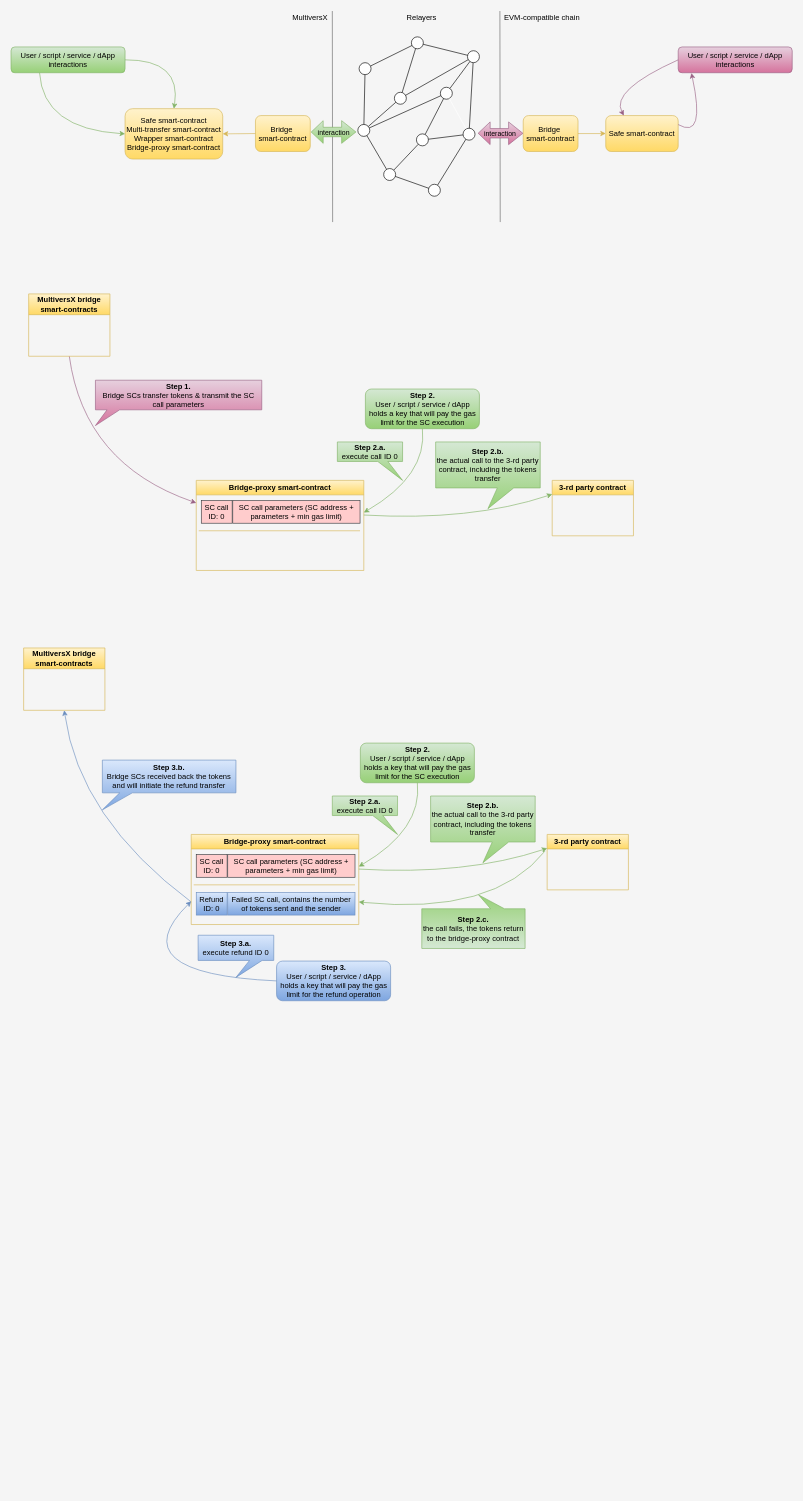
Above: static/xbridge/xbridge-light.drawio in multiversx/mx-docs (draw.io), before the change. Source tidied: cells renumbered, new cells numbered last; positions are measured from the earlier drawing's top-left corner, leaving out a move shared by most shapes. Both pictures are drawn from the tidied source at 63%, with x=0, y=0 at pixel (11, 11).
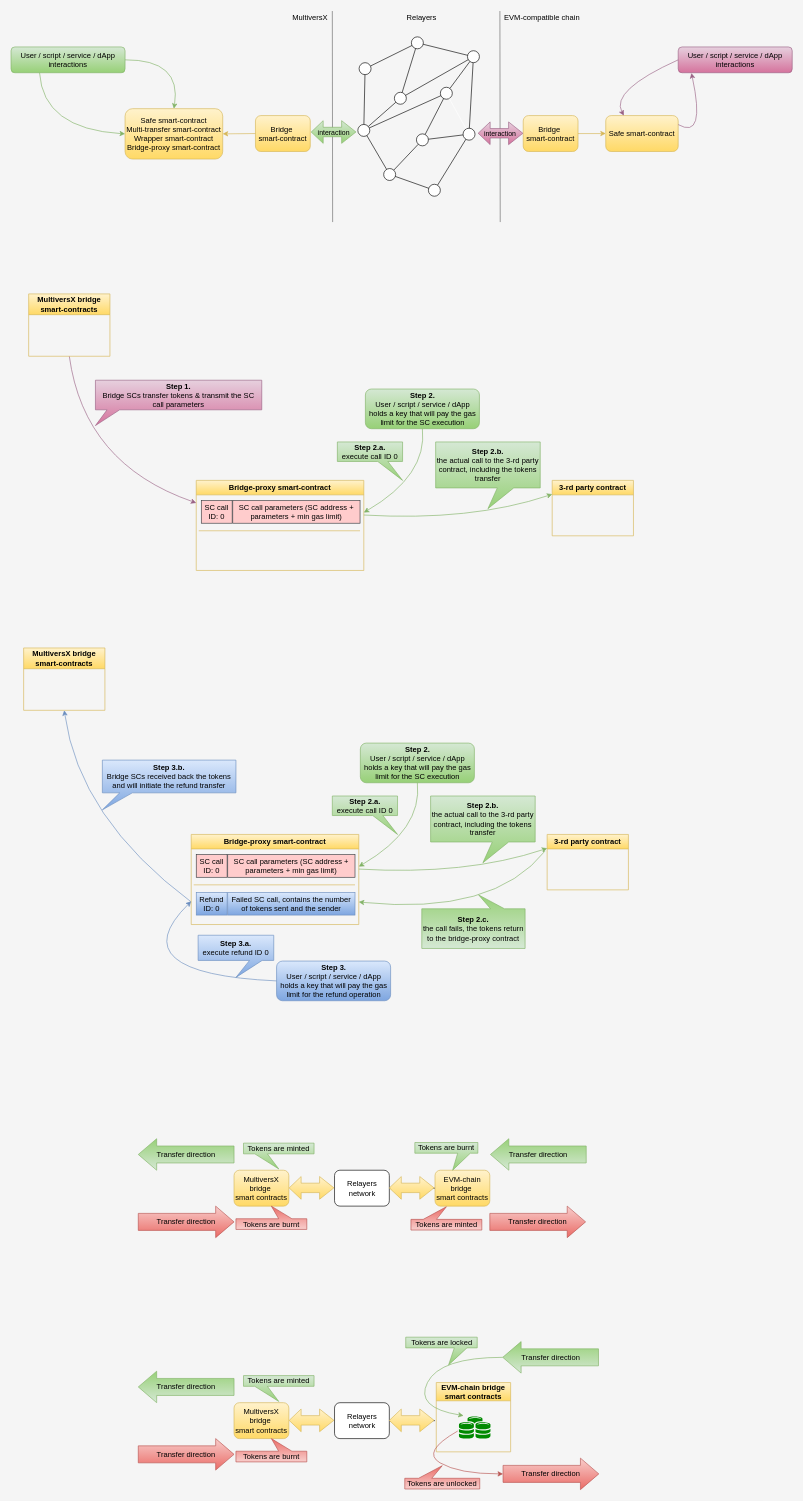
After the change.

The edit, as a diff of the source:
```diff
@@
+    <mxCell id="82" value="&lt;div&gt;MultiversX&lt;/div&gt;bridge&amp;nbsp;&lt;div&gt;smart contracts&lt;/div&gt;" style="rounded=1;whiteSpace=wrap;html=1;fillColor=#fff2cc;strokeColor=#d6b656;gradientColor=#ffd966;" parent="1" vertex="1">
+      <mxGeometry x="354" y="1840" width="87" height="57" as="geometry" />
+    </mxCell>
+    <mxCell id="83" style="edgeStyle=orthogonalEdgeStyle;rounded=0;jettySize=auto;html=1;" parent="1" edge="1" source="84" target="85">
+      <mxGeometry relative="1" as="geometry" />
+    </mxCell>
+    <mxCell id="84" value="&lt;div&gt;EVM-chain&lt;/div&gt;bridge&amp;nbsp;&lt;div&gt;smart contracts&lt;/div&gt;" style="rounded=1;whiteSpace=wrap;html=1;fillColor=#fff2cc;strokeColor=#d6b656;gradientColor=#ffd966;" parent="1" vertex="1">
+      <mxGeometry x="673" y="1840" width="87" height="57" as="geometry" />
+    </mxCell>
+    <mxCell id="85" value="Relayers network" style="rounded=1;whiteSpace=wrap;html=1;" parent="1" vertex="1">
+      <mxGeometry x="513.5" y="1840" width="87" height="57" as="geometry" />
+    </mxCell>
+    <mxCell id="86" style="shape=flexArrow;endArrow=classic;html=1;rounded=0;startArrow=block;fillColor=#fff2cc;strokeColor=#d6b656;width=15.000000000000002;endSize=7.242857142857144;gradientColor=#ffd966;" parent="1" edge="1">
+      <mxGeometry relative="1" as="geometry">
+        <mxPoint x="441" y="1868.1" as="sourcePoint" />
+        <mxPoint x="513" y="1868" as="targetPoint" />
+      </mxGeometry>
+    </mxCell>
+    <mxCell id="87" style="shape=flexArrow;endArrow=classic;html=1;rounded=0;startArrow=block;width=15.000000000000002;endSize=7.242857142857144;fillColor=#fff2cc;strokeColor=#d6b656;gradientColor=#ffd966;" parent="1" edge="1">
+      <mxGeometry relative="1" as="geometry">
+        <mxPoint x="600" y="1868.1" as="sourcePoint" />
+        <mxPoint x="672" y="1868" as="targetPoint" />
+      </mxGeometry>
+    </mxCell>
+    <mxCell id="88" value="Transfer direction" style="shape=singleArrow;direction=west;whiteSpace=wrap;html=1;arrowWidth=0.5395833333333371;arrowSize=0.19189907038512738;fillColor=#d5e8d4;gradientColor=#97d077;strokeColor=#82b366;" parent="1" vertex="1">
+      <mxGeometry x="761" y="1790" width="152" height="50" as="geometry" />
+    </mxCell>
+    <mxCell id="89" value="Transfer direction" style="shape=singleArrow;direction=west;whiteSpace=wrap;html=1;arrowWidth=0.5395833333333371;arrowSize=0.19189907038512738;fillColor=#d5e8d4;gradientColor=#97d077;strokeColor=#82b366;" parent="1" vertex="1">
+      <mxGeometry x="202" y="1790" width="152" height="50" as="geometry" />
+    </mxCell>
+    <mxCell id="90" value="&lt;div style=&quot;forced-color-adjust: none; color: rgb(0, 0, 0); font-family: Helvetica; font-size: 12px; font-style: normal; font-variant-ligatures: normal; font-variant-caps: normal; letter-spacing: normal; orphans: 2; text-align: center; text-indent: 0px; text-transform: none; widows: 2; word-spacing: 0px; -webkit-text-stroke-width: 0px; white-space: normal; text-decoration-thickness: initial; text-decoration-style: initial; text-decoration-color: initial;&quot;&gt;Tokens are burnt&lt;/div&gt;" style="shape=callout;whiteSpace=wrap;html=1;perimeter=calloutPerimeter;fillColor=#d5e8d4;gradientColor=#97d077;strokeColor=#82b366;labelBackgroundColor=none;size=27;position=0.68;position2=0.6;" parent="1" vertex="1">
+      <mxGeometry x="641" y="1796" width="100" height="44" as="geometry" />
+    </mxCell>
+    <mxCell id="91" value="&lt;div style=&quot;forced-color-adjust: none; color: rgb(0, 0, 0); font-family: Helvetica; font-size: 12px; font-style: normal; font-variant-ligatures: normal; font-variant-caps: normal; letter-spacing: normal; orphans: 2; text-align: center; text-indent: 0px; text-transform: none; widows: 2; word-spacing: 0px; -webkit-text-stroke-width: 0px; white-space: normal; text-decoration-thickness: initial; text-decoration-style: initial; text-decoration-color: initial;&quot;&gt;Tokens are minted&lt;/div&gt;" style="shape=callout;whiteSpace=wrap;html=1;perimeter=calloutPerimeter;fillColor=#d5e8d4;gradientColor=#97d077;strokeColor=#82b366;labelBackgroundColor=none;size=24;position=0.16;" parent="1" vertex="1">
+      <mxGeometry x="369" y="1797" width="112" height="41" as="geometry" />
+    </mxCell>
+    <mxCell id="92" value="Transfer direction" style="shape=singleArrow;direction=east;whiteSpace=wrap;html=1;arrowWidth=0.5395833333333371;arrowSize=0.19189907038512738;fillColor=#f8cecc;gradientColor=#ea6b66;strokeColor=#b85450;" parent="1" vertex="1">
+      <mxGeometry x="202" y="1897" width="152" height="50" as="geometry" />
+    </mxCell>
+    <mxCell id="93" value="Transfer direction" style="shape=singleArrow;direction=east;whiteSpace=wrap;html=1;arrowWidth=0.5395833333333371;arrowSize=0.19189907038512738;fillColor=#f8cecc;gradientColor=#ea6b66;strokeColor=#b85450;" parent="1" vertex="1">
+      <mxGeometry x="760" y="1897" width="152" height="50" as="geometry" />
+    </mxCell>
+    <mxCell id="94" value="&lt;div style=&quot;forced-color-adjust: none; color: rgb(0, 0, 0); font-family: Helvetica; font-size: 12px; font-style: normal; font-variant-ligatures: normal; font-variant-caps: normal; letter-spacing: normal; orphans: 2; text-align: center; text-indent: 0px; text-transform: none; widows: 2; word-spacing: 0px; -webkit-text-stroke-width: 0px; white-space: normal; text-decoration-thickness: initial; text-decoration-style: initial; text-decoration-color: initial;&quot;&gt;Tokens are minted&lt;/div&gt;" style="shape=callout;whiteSpace=wrap;html=1;perimeter=calloutPerimeter;fillColor=#f8cecc;gradientColor=#ea6b66;strokeColor=#b85450;labelBackgroundColor=none;size=20;position=0.64;direction=west;base=21;" parent="1" vertex="1">
+      <mxGeometry x="634.8" y="1898" width="112.5" height="37" as="geometry" />
+    </mxCell>
+    <mxCell id="95" value="&lt;div style=&quot;forced-color-adjust: none; color: rgb(0, 0, 0); font-family: Helvetica; font-size: 12px; font-style: normal; font-variant-ligatures: normal; font-variant-caps: normal; letter-spacing: normal; orphans: 2; text-align: center; text-indent: 0px; text-transform: none; widows: 2; word-spacing: 0px; -webkit-text-stroke-width: 0px; white-space: normal; text-decoration-thickness: initial; text-decoration-style: initial; text-decoration-color: initial;&quot;&gt;Tokens are burnt&lt;/div&gt;" style="shape=callout;whiteSpace=wrap;html=1;perimeter=calloutPerimeter;fillColor=#f8cecc;gradientColor=#ea6b66;strokeColor=#b85450;labelBackgroundColor=none;size=20;position=0.21;direction=west;base=21;" parent="1" vertex="1">
+      <mxGeometry x="357" y="1897" width="112.5" height="37" as="geometry" />
+    </mxCell>
+    <mxCell id="96" value="&lt;div&gt;MultiversX&lt;/div&gt;bridge&amp;nbsp;&lt;div&gt;smart contracts&lt;/div&gt;" style="rounded=1;whiteSpace=wrap;html=1;fillColor=#fff2cc;strokeColor=#d6b656;gradientColor=#ffd966;" parent="1" vertex="1">
+      <mxGeometry x="354" y="2209" width="87" height="57" as="geometry" />
+    </mxCell>
+    <mxCell id="97" style="edgeStyle=orthogonalEdgeStyle;rounded=0;jettySize=auto;html=1;" parent="1" edge="1" target="98">
+      <mxGeometry relative="1" as="geometry">
+        <mxPoint x="673" y="2237.5" as="sourcePoint" />
+      </mxGeometry>
+    </mxCell>
+    <mxCell id="98" value="Relayers network" style="rounded=1;whiteSpace=wrap;html=1;" parent="1" vertex="1">
+      <mxGeometry x="513.5" y="2209" width="87" height="57" as="geometry" />
+    </mxCell>
+    <mxCell id="99" style="shape=flexArrow;endArrow=classic;html=1;rounded=0;startArrow=block;fillColor=#fff2cc;strokeColor=#d6b656;width=15.000000000000002;endSize=7.242857142857144;gradientColor=#ffd966;" parent="1" edge="1">
+      <mxGeometry relative="1" as="geometry">
+        <mxPoint x="441" y="2237.1" as="sourcePoint" />
+        <mxPoint x="513" y="2237" as="targetPoint" />
+      </mxGeometry>
+    </mxCell>
+    <mxCell id="100" style="shape=flexArrow;endArrow=classic;html=1;rounded=0;startArrow=block;width=15.000000000000002;endSize=7.242857142857144;fillColor=#fff2cc;strokeColor=#d6b656;gradientColor=#ffd966;" parent="1" edge="1">
+      <mxGeometry relative="1" as="geometry">
+        <mxPoint x="600" y="2237.1" as="sourcePoint" />
+        <mxPoint x="672" y="2237" as="targetPoint" />
+      </mxGeometry>
+    </mxCell>
+    <mxCell id="101" value="Transfer direction" style="shape=singleArrow;direction=west;whiteSpace=wrap;html=1;arrowWidth=0.5395833333333371;arrowSize=0.19189907038512738;fillColor=#d5e8d4;gradientColor=#97d077;strokeColor=#82b366;" parent="1" vertex="1">
+      <mxGeometry x="780.5" y="2112" width="152" height="50" as="geometry" />
+    </mxCell>
+    <mxCell id="102" value="Transfer direction" style="shape=singleArrow;direction=west;whiteSpace=wrap;html=1;arrowWidth=0.5395833333333371;arrowSize=0.19189907038512738;fillColor=#d5e8d4;gradientColor=#97d077;strokeColor=#82b366;" parent="1" vertex="1">
+      <mxGeometry x="202" y="2159" width="152" height="50" as="geometry" />
+    </mxCell>
+    <mxCell id="103" value="&lt;div style=&quot;forced-color-adjust: none; color: rgb(0, 0, 0); font-family: Helvetica; font-size: 12px; font-style: normal; font-variant-ligatures: normal; font-variant-caps: normal; letter-spacing: normal; orphans: 2; text-align: center; text-indent: 0px; text-transform: none; widows: 2; word-spacing: 0px; -webkit-text-stroke-width: 0px; white-space: normal; text-decoration-thickness: initial; text-decoration-style: initial; text-decoration-color: initial;&quot;&gt;Tokens are locked&lt;/div&gt;" style="shape=callout;whiteSpace=wrap;html=1;perimeter=calloutPerimeter;fillColor=#d5e8d4;gradientColor=#97d077;strokeColor=#82b366;labelBackgroundColor=none;size=27;position=0.68;position2=0.6;" parent="1" vertex="1">
+      <mxGeometry x="626.5" y="2105" width="113.5" height="44" as="geometry" />
+    </mxCell>
+    <mxCell id="104" value="&lt;div style=&quot;forced-color-adjust: none; color: rgb(0, 0, 0); font-family: Helvetica; font-size: 12px; font-style: normal; font-variant-ligatures: normal; font-variant-caps: normal; letter-spacing: normal; orphans: 2; text-align: center; text-indent: 0px; text-transform: none; widows: 2; word-spacing: 0px; -webkit-text-stroke-width: 0px; white-space: normal; text-decoration-thickness: initial; text-decoration-style: initial; text-decoration-color: initial;&quot;&gt;Tokens are minted&lt;/div&gt;" style="shape=callout;whiteSpace=wrap;html=1;perimeter=calloutPerimeter;fillColor=#d5e8d4;gradientColor=#97d077;strokeColor=#82b366;labelBackgroundColor=none;size=24;position=0.16;" parent="1" vertex="1">
+      <mxGeometry x="369" y="2166" width="112" height="41" as="geometry" />
+    </mxCell>
+    <mxCell id="105" value="Transfer direction" style="shape=singleArrow;direction=east;whiteSpace=wrap;html=1;arrowWidth=0.5395833333333371;arrowSize=0.19189907038512738;fillColor=#f8cecc;gradientColor=#ea6b66;strokeColor=#b85450;" parent="1" vertex="1">
+      <mxGeometry x="202" y="2266" width="152" height="50" as="geometry" />
+    </mxCell>
+    <mxCell id="106" value="Transfer direction" style="shape=singleArrow;direction=east;whiteSpace=wrap;html=1;arrowWidth=0.5395833333333371;arrowSize=0.19189907038512738;fillColor=#f8cecc;gradientColor=#ea6b66;strokeColor=#b85450;" parent="1" vertex="1">
+      <mxGeometry x="781" y="2297" width="152" height="50" as="geometry" />
+    </mxCell>
+    <mxCell id="107" value="&lt;div style=&quot;forced-color-adjust: none; color: rgb(0, 0, 0); font-family: Helvetica; font-size: 12px; font-style: normal; font-variant-ligatures: normal; font-variant-caps: normal; letter-spacing: normal; orphans: 2; text-align: center; text-indent: 0px; text-transform: none; widows: 2; word-spacing: 0px; -webkit-text-stroke-width: 0px; white-space: normal; text-decoration-thickness: initial; text-decoration-style: initial; text-decoration-color: initial;&quot;&gt;Tokens are unlocked&lt;/div&gt;" style="shape=callout;whiteSpace=wrap;html=1;perimeter=calloutPerimeter;fillColor=#f8cecc;gradientColor=#ea6b66;strokeColor=#b85450;labelBackgroundColor=none;size=20;position=0.64;direction=west;base=21;" parent="1" vertex="1">
+      <mxGeometry x="625" y="2309" width="119" height="37" as="geometry" />
+    </mxCell>
+    <mxCell id="108" value="&lt;div style=&quot;forced-color-adjust: none; color: rgb(0, 0, 0); font-family: Helvetica; font-size: 12px; font-style: normal; font-variant-ligatures: normal; font-variant-caps: normal; letter-spacing: normal; orphans: 2; text-align: center; text-indent: 0px; text-transform: none; widows: 2; word-spacing: 0px; -webkit-text-stroke-width: 0px; white-space: normal; text-decoration-thickness: initial; text-decoration-style: initial; text-decoration-color: initial;&quot;&gt;Tokens are burnt&lt;/div&gt;" style="shape=callout;whiteSpace=wrap;html=1;perimeter=calloutPerimeter;fillColor=#f8cecc;gradientColor=#ea6b66;strokeColor=#b85450;labelBackgroundColor=none;size=20;position=0.21;direction=west;base=21;" parent="1" vertex="1">
+      <mxGeometry x="357" y="2266" width="112.5" height="37" as="geometry" />
+    </mxCell>
+    <mxCell id="109" value="EVM-chain bridge smart contracts" style="swimlane;whiteSpace=wrap;html=1;fillColor=#fff2cc;gradientColor=#ffd966;strokeColor=#d6b656;startSize=29;" parent="1" vertex="1">
+      <mxGeometry x="675" y="2177" width="118" height="110" as="geometry" />
+    </mxCell>
+    <mxCell id="110" style="verticalLabelPosition=bottom;sketch=0;html=1;fillColor=#008a00;strokeColor=#005700;verticalAlign=top;align=center;shape=mxgraph.cisco_safe.technology_icons.icon27;fontColor=#ffffff;" parent="109" vertex="1">
+      <mxGeometry x="36" y="54" width="50" height="35" as="geometry" />
+    </mxCell>
+    <mxCell id="111" style="curved=1;endArrow=classic;html=1;exitX=1;exitY=0.5;exitDx=0;exitDy=0;strokeColor=#82b366;fillColor=#d5e8d4;gradientColor=#97d077;exitPerimeter=0;entryX=0.146;entryY=-0.042;entryDx=0;entryDy=0;entryPerimeter=0;" parent="1" edge="1" source="101" target="110">
+      <mxGeometry relative="1" as="geometry">
+        <Array as="points">
+          <mxPoint x="681" y="2137" />
+          <mxPoint x="641" y="2217" />
+        </Array>
+      </mxGeometry>
+    </mxCell>
+    <mxCell id="112" style="curved=1;endArrow=classic;html=1;exitX=1;exitY=0.5;exitDx=0;exitDy=0;strokeColor=#b85450;fillColor=#f8cecc;gradientColor=#ea6b66;exitPerimeter=0;entryX=0;entryY=0.5;entryDx=0;entryDy=0;entryPerimeter=0;" parent="1" edge="1" target="106">
+      <mxGeometry relative="1" as="geometry">
+        <mxPoint x="709" y="2254" as="sourcePoint" />
+        <Array as="points">
+          <mxPoint x="651" y="2287" />
+          <mxPoint x="711" y="2322" />
+        </Array>
+      </mxGeometry>
+    </mxCell>
```
